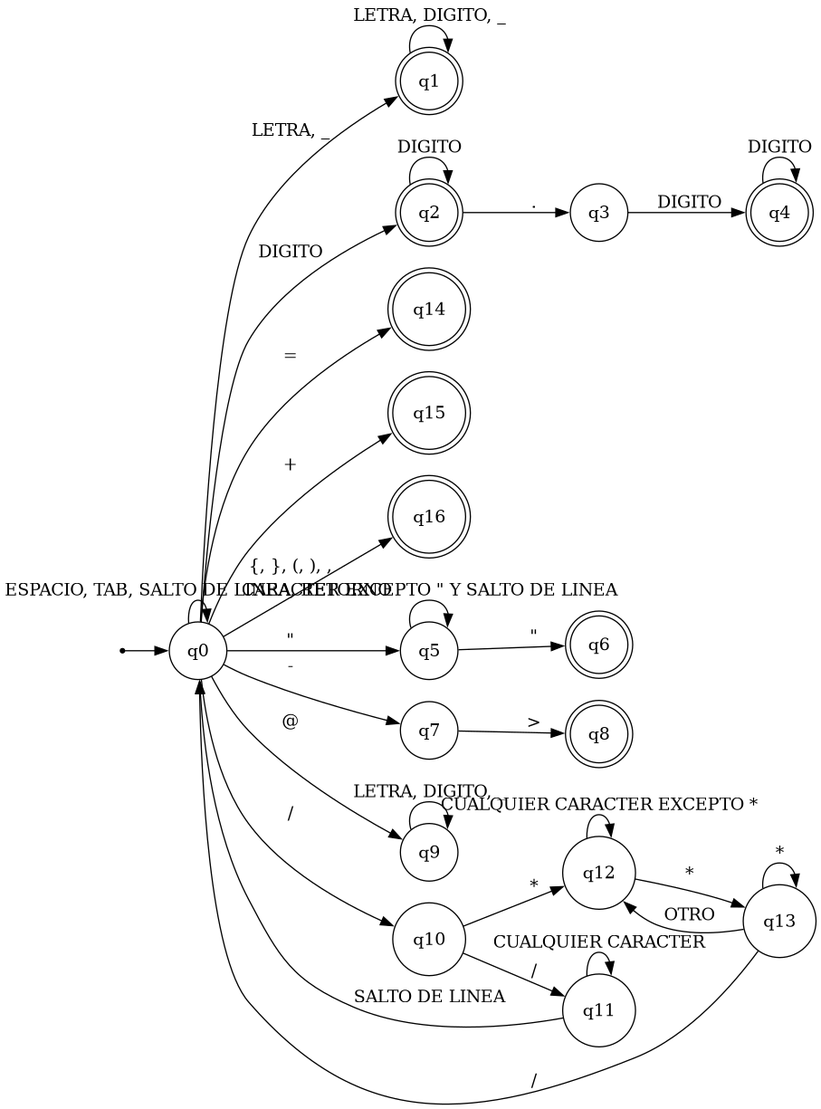
This is afd_promptzal.png from Abner396/Lenguajes, a Graphviz export, as it was before one commit. Its source is kept beside it as afd_promptzal.dot. Source of this version:
```dot
digraph AFD_PromptZal {
    rankdir=LR;
    node [shape=circle];
    inicio [shape=point];
    inicio -> q0;
    q1 [shape=doublecircle];
    q2 [shape=doublecircle];
    q4 [shape=doublecircle];
    q6 [shape=doublecircle];
    q8 [shape=doublecircle];
    q14 [shape=doublecircle];
    q15 [shape=doublecircle];
    q16 [shape=doublecircle];
    q0 -> q1 [label="LETRA, _"];
    q0 -> q2 [label="DIGITO"];
    q0 -> q5 [label="\""];
    q0 -> q14 [label="="];
    q0 -> q15 [label="+"];
    q0 -> q7 [label="-"];
    q0 -> q9 [label="@"];
    q0 -> q10 [label="/"];
    q0 -> q16 [label="{, }, (, ), ,"];
    q0 -> q0 [label="ESPACIO, TAB, SALTO DE LINEA, RETORNO"];
    q1 -> q1 [label="LETRA, DIGITO, _"];
    q2 -> q2 [label="DIGITO"];
    q2 -> q3 [label="."];
    q3 -> q4 [label="DIGITO"];
    q4 -> q4 [label="DIGITO"];
    q5 -> q5 [label="CARACTER EXCEPTO \" Y SALTO DE LINEA"];
    q5 -> q6 [label="\""];
    q7 -> q8 [label=">"];
    q9 -> q9 [label="LETRA, DIGITO, _"];
    q10 -> q11 [label="/"];
    q10 -> q12 [label="*"];
    q11 -> q11 [label="CUALQUIER CARACTER"];
    q11 -> q0 [label="SALTO DE LINEA"];
    q12 -> q12 [label="CUALQUIER CARACTER EXCEPTO *"];
    q12 -> q13 [label="*"];
    q13 -> q0 [label="/"];
    q13 -> q13 [label="*"];
    q13 -> q12 [label="OTRO"];
}
```
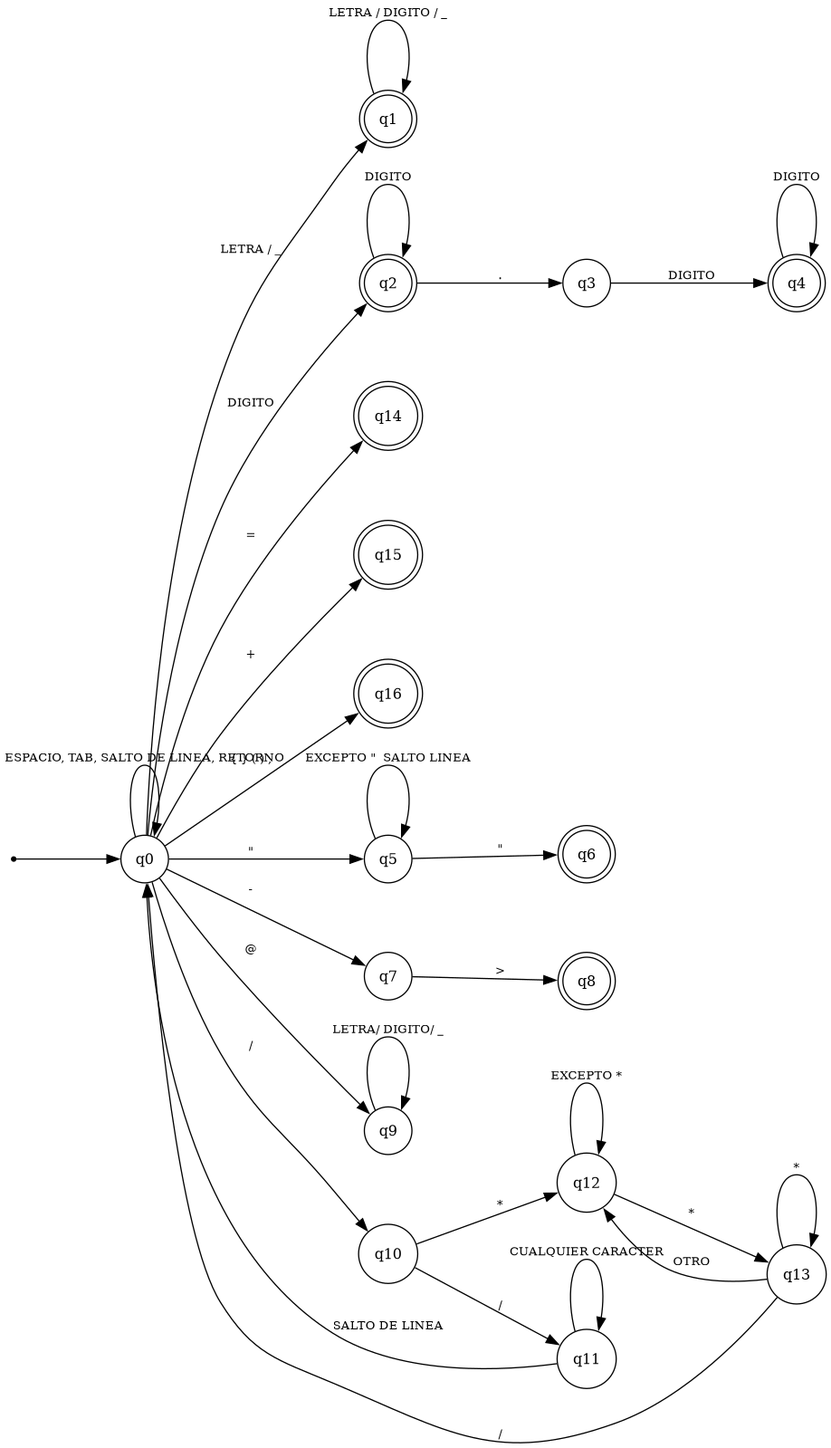
After the change.

The edit, as a diff of the source:
```diff
@@ -1,6 +1,9 @@
 digraph AFD_PromptZal {
     rankdir=LR;
-    node [shape=circle];
+    nodesep=0.8;
+    ranksep=1.2;
+    node [shape=circle, fontsize=12];
+    edge [fontsize=10];
     inicio [shape=point];
     inicio -> q0;
     q1 [shape=doublecircle];
@@ -11,7 +14,7 @@
     q14 [shape=doublecircle];
     q15 [shape=doublecircle];
     q16 [shape=doublecircle];
-    q0 -> q1 [label="LETRA, _"];
+    q0 -> q1 [label="LETRA / _"];
     q0 -> q2 [label="DIGITO"];
     q0 -> q5 [label="\""];
     q0 -> q14 [label="="];
@@ -19,22 +22,22 @@
     q0 -> q7 [label="-"];
     q0 -> q9 [label="@"];
     q0 -> q10 [label="/"];
-    q0 -> q16 [label="{, }, (, ), ,"];
+    q0 -> q16 [label="{ } ( ) ,"];
     q0 -> q0 [label="ESPACIO, TAB, SALTO DE LINEA, RETORNO"];
-    q1 -> q1 [label="LETRA, DIGITO, _"];
+    q1 -> q1 [label="LETRA / DIGITO / _"];
     q2 -> q2 [label="DIGITO"];
     q2 -> q3 [label="."];
     q3 -> q4 [label="DIGITO"];
     q4 -> q4 [label="DIGITO"];
-    q5 -> q5 [label="CARACTER EXCEPTO \" Y SALTO DE LINEA"];
+    q5 -> q5 [label="EXCEPTO \"  SALTO LINEA"];
     q5 -> q6 [label="\""];
     q7 -> q8 [label=">"];
-    q9 -> q9 [label="LETRA, DIGITO, _"];
+    q9 -> q9 [label="LETRA/ DIGITO/ _"];
     q10 -> q11 [label="/"];
     q10 -> q12 [label="*"];
     q11 -> q11 [label="CUALQUIER CARACTER"];
     q11 -> q0 [label="SALTO DE LINEA"];
-    q12 -> q12 [label="CUALQUIER CARACTER EXCEPTO *"];
+    q12 -> q12 [label="EXCEPTO *"];
     q12 -> q13 [label="*"];
     q13 -> q0 [label="/"];
     q13 -> q13 [label="*"];
```
